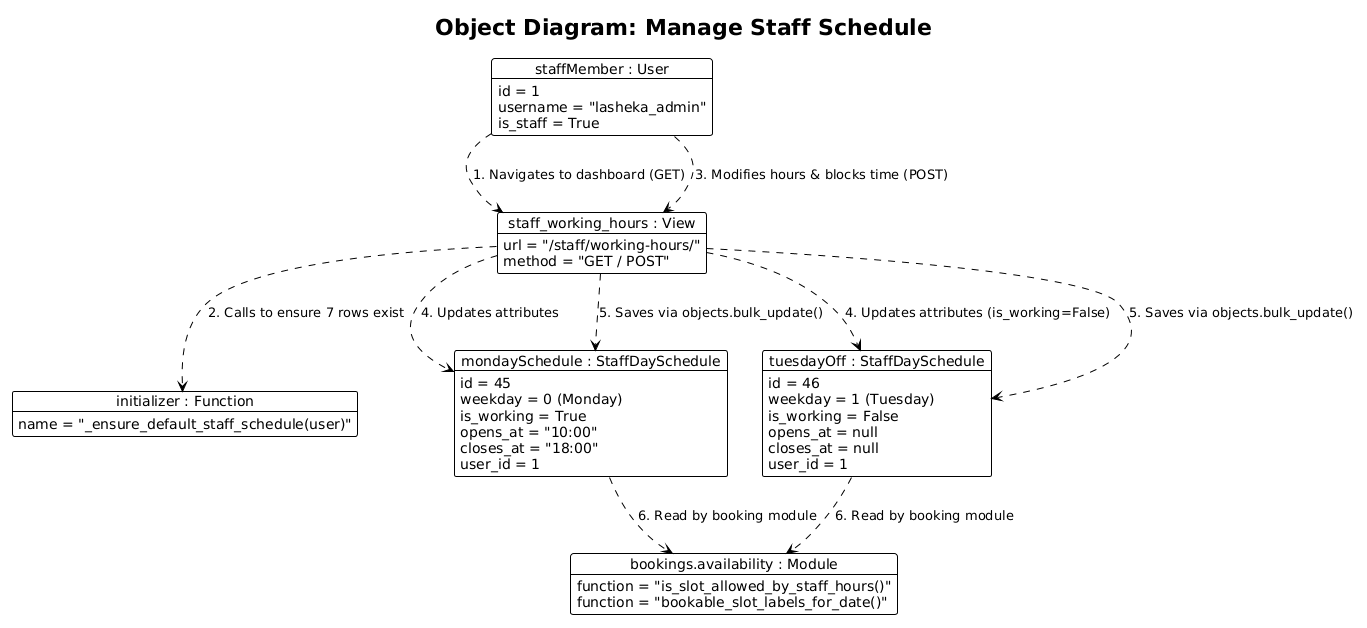
Before: Manage_Staff_Schedule_Object_Diagram.png, a diagram exported from PlantUML (mahxri/COMP2171-Hair-Booking). The source it was exported from:
```plantuml
@startuml
!theme plain
hide empty description
title Object Diagram: Manage Staff Schedule

object "staffMember : User" as staff {
    id = 1
    username = "lasheka_admin"
    is_staff = True
}

object "staff_working_hours : View" as schedule_view {
    url = "/staff/working-hours/"
    method = "GET / POST"
}

object "initializer : Function" as helper {
    name = "_ensure_default_staff_schedule(user)"
}

object "mondaySchedule : StaffDaySchedule" as schedule_mon {
    id = 45
    weekday = 0 (Monday)
    is_working = True
    opens_at = "10:00"
    closes_at = "18:00"
    user_id = 1
}

object "tuesdayOff : StaffDaySchedule" as schedule_tue {
    id = 46
    weekday = 1 (Tuesday)
    is_working = False
    opens_at = null
    closes_at = null
    user_id = 1
}

object "bookings.availability : Module" as availability_logic {
    function = "is_slot_allowed_by_staff_hours()"
    function = "bookable_slot_labels_for_date()"
}

staff ..> schedule_view : "1. Navigates to dashboard (GET)"
schedule_view ..> helper : "2. Calls to ensure 7 rows exist"

staff ..> schedule_view : "3. Modifies hours & blocks time (POST)"
schedule_view ..> schedule_mon : "4. Updates attributes"
schedule_view ..> schedule_tue : "4. Updates attributes (is_working=False)"

schedule_view ..> schedule_mon : "5. Saves via objects.bulk_update()"
schedule_view ..> schedule_tue : "5. Saves via objects.bulk_update()"

schedule_mon ..> availability_logic : "6. Read by booking module"
schedule_tue ..> availability_logic : "6. Read by booking module"
@enduml
```
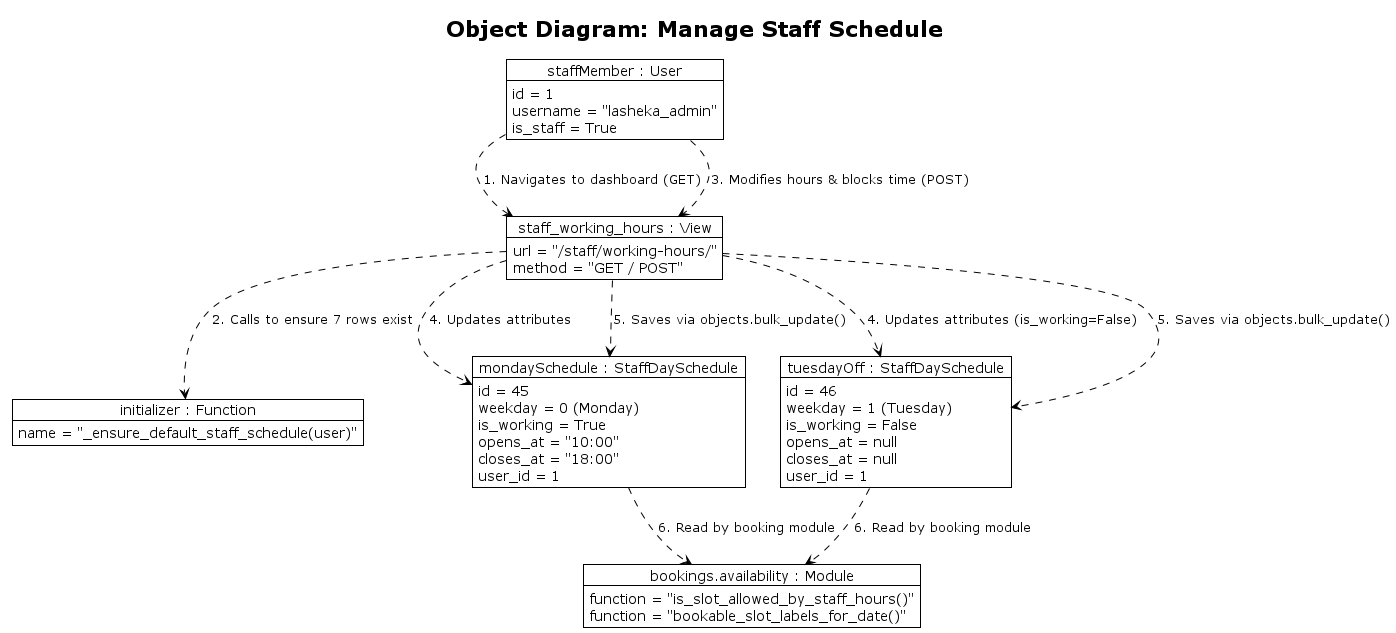
After the change.

What changed in the source:
```diff
@@ -1,4 +1,4 @@
-@startuml
+@startuml Manage_Staff_Schedule_Object_Diagram
 !theme plain
 hide empty description
 title Object Diagram: Manage Staff Schedule
@@ -53,4 +53,5 @@
 
 schedule_mon ..> availability_logic : "6. Read by booking module"
 schedule_tue ..> availability_logic : "6. Read by booking module"
+
 @enduml
```
